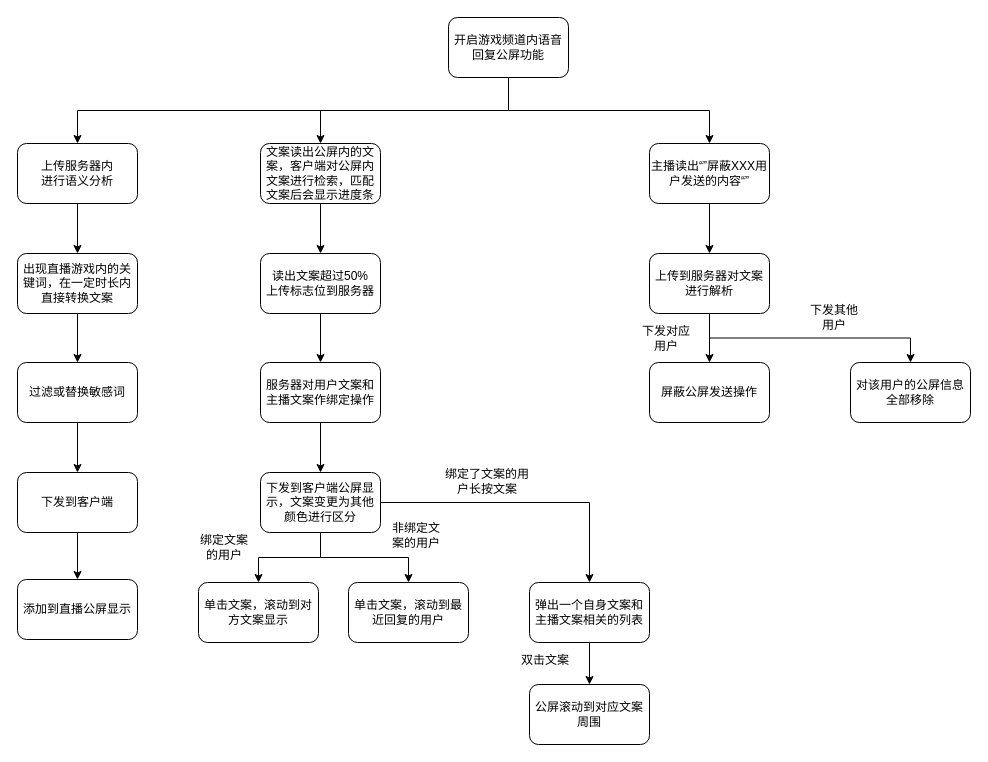
Before: 游戏频道公屏.drawio in cangwang/news, a draw.io diagram. Source tidied: cells renumbered, new cells numbered last; positions are measured from the earlier drawing's top-left corner, leaving out a move shared by most shapes. Both pictures are drawn from the tidied source at 100%, with x=0, y=0 at pixel (17, 17).
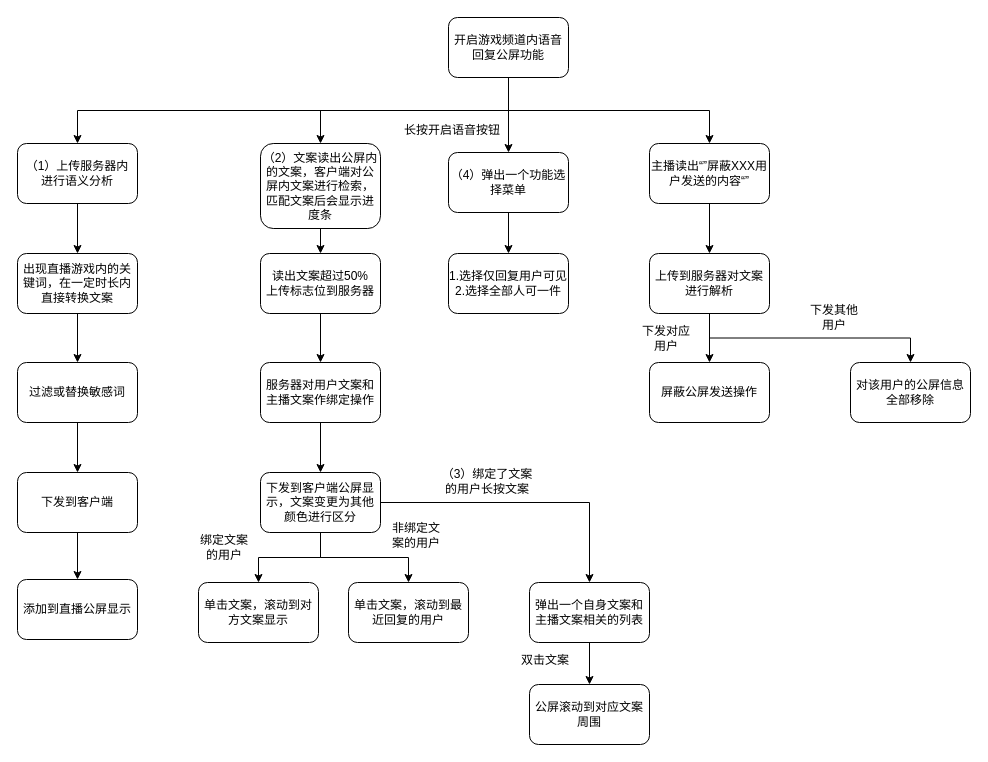
The same diagram, later.

Commit message:
Update 游戏频道公屏.drawio

Unchanged cells that the change refers to:
```xml
<mxCell id="5" value="开启游戏频道内语音回复公屏功能" style="rounded=1;whiteSpace=wrap;html=1;" parent="1" vertex="1">
  <mxGeometry x="431" width="120" height="60" as="geometry" />
</mxCell>
```

What changed in the source:
```diff
@@
+    <mxCell id="43" style="edgeStyle=orthogonalEdgeStyle;rounded=0;jettySize=auto;html=1;exitX=0.5;exitY=1;exitDx=0;exitDy=0;" parent="1" edge="1" source="5" target="45">
+      <mxGeometry relative="1" as="geometry" />
+    </mxCell>
@@
-    <mxCell id="7" value="上传服务器内&lt;br&gt;进行语义分析" style="rounded=1;whiteSpace=wrap;html=1;" parent="1" vertex="1">
+    <mxCell id="7" value="（1）上传服务器内&lt;br&gt;进行语义分析" style="rounded=1;whiteSpace=wrap;html=1;" parent="1" vertex="1">
       <mxGeometry y="126" width="120" height="60" as="geometry" />
     </mxCell>
@@
-    <mxCell id="16" value="文案读出公屏内的文案，客户端对公屏内文案进行检索，匹配文案后会显示进度条" style="rounded=1;whiteSpace=wrap;html=1;" parent="1" vertex="1">
-      <mxGeometry x="243" y="126" width="120" height="60" as="geometry" />
+    <mxCell id="16" value="（2）文案读出公屏内的文案，客户端对公屏内文案进行检索，匹配文案后会显示进度条" style="rounded=1;whiteSpace=wrap;html=1;" parent="1" vertex="1">
+      <mxGeometry x="243" y="126" width="120" height="85" as="geometry" />
     </mxCell>
@@
-    <mxCell id="31" value="绑定了文案的用户长按文案" style="text;html=1;strokeColor=none;fillColor=none;align=center;verticalAlign=middle;whiteSpace=wrap;rounded=0;" parent="1" vertex="1">
+    <mxCell id="31" value="（3）绑定了文案的用户长按文案" style="text;html=1;strokeColor=none;fillColor=none;align=center;verticalAlign=middle;whiteSpace=wrap;rounded=0;" parent="1" vertex="1">
       <mxGeometry x="423" y="449" width="94" height="30" as="geometry" />
     </mxCell>
@@
+    <mxCell id="44" style="edgeStyle=orthogonalEdgeStyle;rounded=0;jettySize=auto;html=1;exitX=0.5;exitY=1;exitDx=0;exitDy=0;" parent="1" edge="1" source="45" target="47">
+      <mxGeometry relative="1" as="geometry" />
+    </mxCell>
+    <mxCell id="45" value="（4）弹出一个功能选择菜单" style="rounded=1;whiteSpace=wrap;html=1;" parent="1" vertex="1">
+      <mxGeometry x="431" y="135" width="120" height="60" as="geometry" />
+    </mxCell>
+    <mxCell id="46" value="长按开启语音按钮" style="text;html=1;strokeColor=none;fillColor=none;align=center;verticalAlign=middle;whiteSpace=wrap;rounded=0;" parent="1" vertex="1">
+      <mxGeometry x="383" y="98" width="104" height="30" as="geometry" />
+    </mxCell>
+    <mxCell id="47" value="1.选择仅回复用户可见&lt;br&gt;2.选择全部人可一件" style="rounded=1;whiteSpace=wrap;html=1;" parent="1" vertex="1">
+      <mxGeometry x="431" y="236" width="120" height="60" as="geometry" />
+    </mxCell>
```
